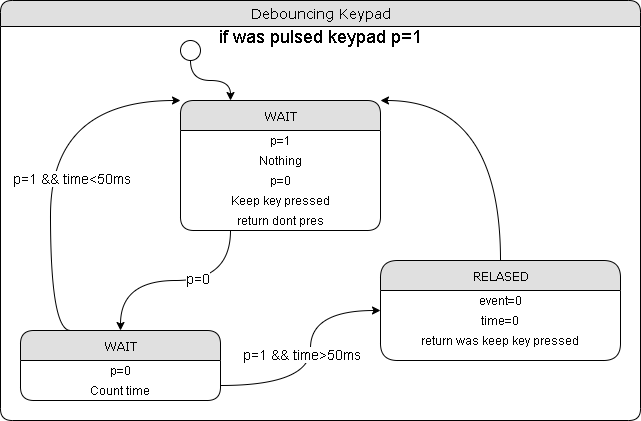
This is Debouncing_Keypad.png from Immaczx/Safe_Loock_FREERTOS, a draw.io export, as it was before one commit. Source tidied: cells renumbered, new cells last; positions are measured from the earlier drawing's top-left corner, leaving out a move shared by most shapes.
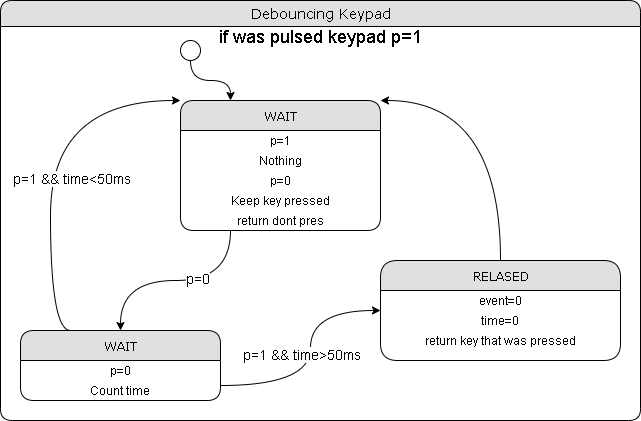
The same file after the commit.

Diff of the diagram source:
```diff
@@ -60,7 +60,7 @@
     <mxCell id="18" value="time=0" style="text;html=1;strokeColor=none;fillColor=none;align=center;verticalAlign=middle;whiteSpace=wrap;rounded=0;" parent="16" vertex="1">
       <mxGeometry y="50" width="240" height="20" as="geometry" />
     </mxCell>
-    <mxCell id="19" value="return was keep key pressed" style="text;html=1;strokeColor=none;fillColor=none;align=center;verticalAlign=middle;whiteSpace=wrap;rounded=0;" parent="16" vertex="1">
+    <mxCell id="19" value="&lt;div&gt;&lt;span&gt;return key that was pressed&lt;/span&gt;&lt;br&gt;&lt;/div&gt;" style="text;html=1;strokeColor=none;fillColor=none;align=center;verticalAlign=middle;whiteSpace=wrap;rounded=0;" parent="16" vertex="1">
       <mxGeometry y="70" width="240" height="20" as="geometry" />
     </mxCell>
     <mxCell id="20" style="edgeStyle=orthogonalEdgeStyle;curved=1;rounded=0;jettySize=auto;html=1;entryX=0;entryY=0.5;entryDx=0;entryDy=0;" parent="1" edge="1" source="24" target="16">
```
